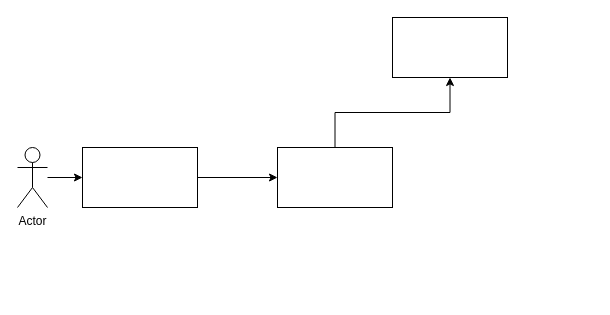
This is Diagram.drawio from anhan012/task, a draw.io file, before an edit. Source tidied: cells renumbered, new cells numbered last; positions are measured from the earlier drawing's top-left corner, leaving out a move shared by most shapes. Both pictures are drawn from the tidied source at 100%, with x=0, y=0 at pixel (17, 17).
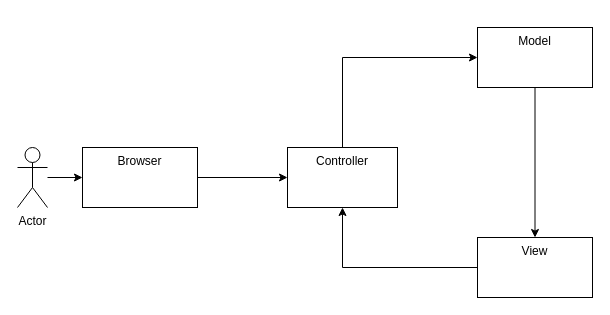
Above is the later version.

The edit, as a diff of the source:
```diff
@@
 <mxGraphModel>
   <root>
     <mxCell id="0" />
     <mxCell id="1" parent="0" />
     <mxCell id="2" style="edgeStyle=orthogonalEdgeStyle;rounded=0;jettySize=auto;html=1;" parent="1" edge="1" source="3" target="5">
       <mxGeometry relative="1" as="geometry" />
     </mxCell>
     <mxCell id="3" value="Actor" style="shape=umlActor;verticalLabelPosition=bottom;verticalAlign=top;html=1;outlineConnect=0;" parent="1" vertex="1">
       <mxGeometry y="130" width="30" height="60" as="geometry" />
     </mxCell>
     <mxCell id="4" style="edgeStyle=orthogonalEdgeStyle;rounded=0;jettySize=auto;html=1;" parent="1" edge="1" source="5" target="7">
       <mxGeometry relative="1" as="geometry" />
     </mxCell>
-    <mxCell id="5" style="whiteSpace=wrap;html=1;verticalAlign=top;" parent="1" vertex="1">
+    <mxCell id="5" value="Browser" style="whiteSpace=wrap;html=1;verticalAlign=top;" parent="1" vertex="1">
       <mxGeometry x="65" y="130" width="115" height="60" as="geometry" />
     </mxCell>
     <mxCell id="6" style="edgeStyle=orthogonalEdgeStyle;rounded=0;jettySize=auto;html=1;" parent="1" edge="1" source="7" target="8">
-      <mxGeometry relative="1" as="geometry" />
+      <mxGeometry relative="1" as="geometry">
+        <Array as="points">
+          <mxPoint x="325" y="40" />
+        </Array>
+      </mxGeometry>
     </mxCell>
-    <mxCell id="7" style="whiteSpace=wrap;html=1;verticalAlign=top;" parent="1" vertex="1">
-      <mxGeometry x="260" y="130" width="115" height="60" as="geometry" />
+    <mxCell id="7" value="Controller" style="whiteSpace=wrap;html=1;verticalAlign=top;" parent="1" vertex="1">
+      <mxGeometry x="270" y="130" width="110" height="60" as="geometry" />
     </mxCell>
+    <mxCell id="9" style="edgeStyle=orthogonalEdgeStyle;rounded=0;jettySize=auto;html=1;" parent="1" edge="1" source="8" target="10">
+      <mxGeometry relative="1" as="geometry" />
+    </mxCell>
-    <mxCell id="8" style="whiteSpace=wrap;html=1;verticalAlign=top;" parent="1" vertex="1">
-      <mxGeometry x="375" width="115" height="60" as="geometry" />
+    <mxCell id="8" value="&lt;div style=&quot;text-align: justify;&quot;&gt;&lt;span style=&quot;background-color: transparent; color: light-dark(rgb(0, 0, 0), rgb(255, 255, 255));&quot;&gt;Model&lt;/span&gt;&lt;/div&gt;" style="whiteSpace=wrap;html=1;verticalAlign=top;align=center;" parent="1" vertex="1">
+      <mxGeometry x="460" y="10" width="115" height="60" as="geometry" />
     </mxCell>
+    <mxCell id="10" value="View" style="whiteSpace=wrap;html=1;verticalAlign=top;" parent="1" vertex="1">
+      <mxGeometry x="460" y="220" width="115" height="60" as="geometry" />
+    </mxCell>
+    <mxCell id="11" style="edgeStyle=orthogonalEdgeStyle;rounded=0;jettySize=auto;html=1;exitX=0;exitY=0.5;exitDx=0;exitDy=0;entryX=0.5;entryY=1;entryDx=0;entryDy=0;" parent="1" edge="1" source="10" target="7">
+      <mxGeometry relative="1" as="geometry">
+        <Array as="points">
+          <mxPoint x="325" y="250" />
+        </Array>
+      </mxGeometry>
+    </mxCell>
   </root>
 </mxGraphModel>
```
